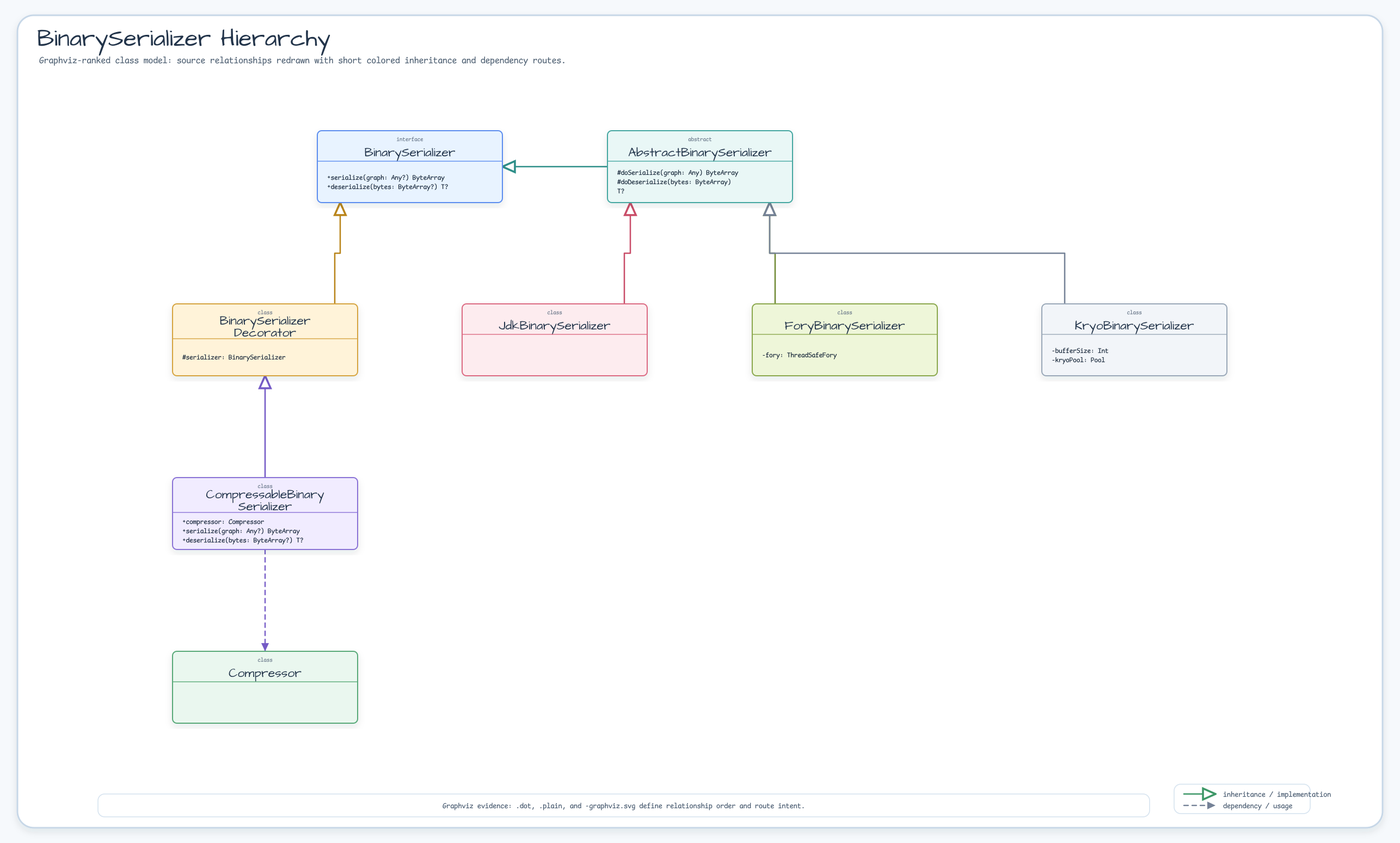
Earlier version of the Graphviz export docs/images/readme-diagrams/io-io-diagram-02.png (bluetape4k/bluetape4k-projects). Its source is kept beside it as docs/images/readme-diagrams/io-io-diagram-02.dot.
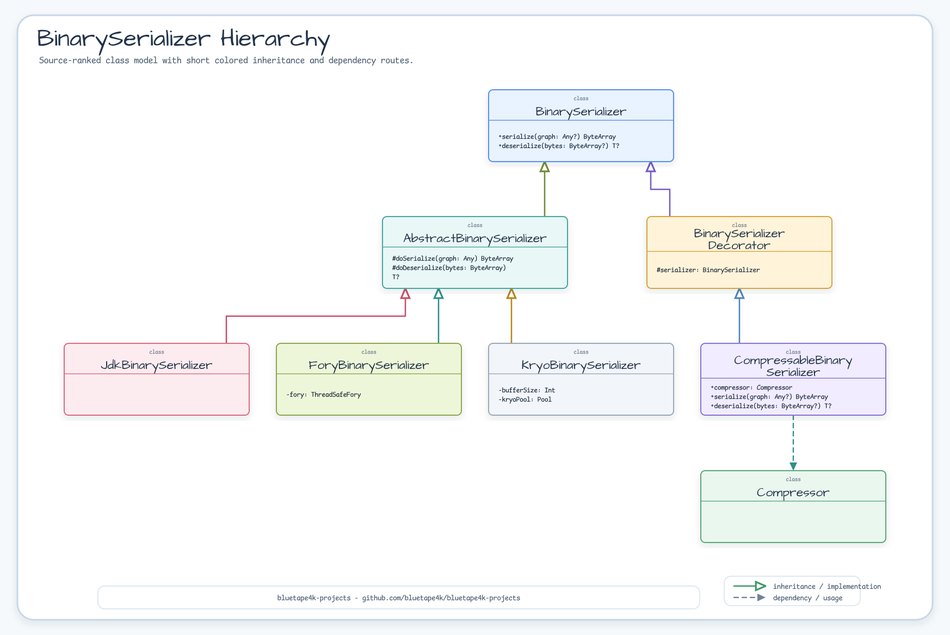
Above is the later version.

Diff of the diagram source:
```diff
@@ -10,12 +10,11 @@
   CompressableBinarySerializer [label="CompressableBinarySerializer", fillcolor="#F1ECFF", color="#8A72D6"];
   ForyBinarySerializer [label="ForyBinarySerializer", fillcolor="#EEF6D9", color="#8BA84D"];
   KryoBinarySerializer [label="KryoBinarySerializer", fillcolor="#F2F5F9", color="#9AA8B8"];
-  { rank=source; BinarySerializer; AbstractBinarySerializer; }
-  CompressableBinarySerializer -> Compressor [color="#755BC6", fontcolor="#755BC6", style="dashed", arrowhead="none", weight=2];
-  BinarySerializerDecorator -> CompressableBinarySerializer [color="#755BC6", fontcolor="#755BC6", style="solid", arrowhead="none", weight=10];
-  AbstractBinarySerializer -> ForyBinarySerializer [color="#718A35", fontcolor="#718A35", style="solid", arrowhead="none", weight=10];
-  AbstractBinarySerializer -> KryoBinarySerializer [color="#758297", fontcolor="#758297", style="solid", arrowhead="none", weight=10];
+  CompressableBinarySerializer -> Compressor [color="#2E8F89", fontcolor="#2E8F89", style="dashed", arrowhead="none", weight=2];
+  BinarySerializerDecorator -> CompressableBinarySerializer [color="#4F83BF", fontcolor="#4F83BF", style="solid", arrowhead="none", weight=10];
+  AbstractBinarySerializer -> ForyBinarySerializer [color="#2E8F89", fontcolor="#2E8F89", style="solid", arrowhead="none", weight=10];
+  AbstractBinarySerializer -> KryoBinarySerializer [color="#B9851B", fontcolor="#B9851B", style="solid", arrowhead="none", weight=10];
   AbstractBinarySerializer -> JdkBinarySerializer [color="#C94D68", fontcolor="#C94D68", style="solid", arrowhead="none", weight=10];
-  BinarySerializer -> BinarySerializerDecorator [color="#B9851B", fontcolor="#B9851B", style="solid", arrowhead="none", weight=10];
-  BinarySerializer -> AbstractBinarySerializer [color="#2E8F89", fontcolor="#2E8F89", style="solid", arrowhead="none", weight=10];
+  BinarySerializer -> BinarySerializerDecorator [color="#755BC6", fontcolor="#755BC6", style="solid", arrowhead="none", weight=10];
+  BinarySerializer -> AbstractBinarySerializer [color="#718A35", fontcolor="#718A35", style="solid", arrowhead="none", weight=10];
 }
```
